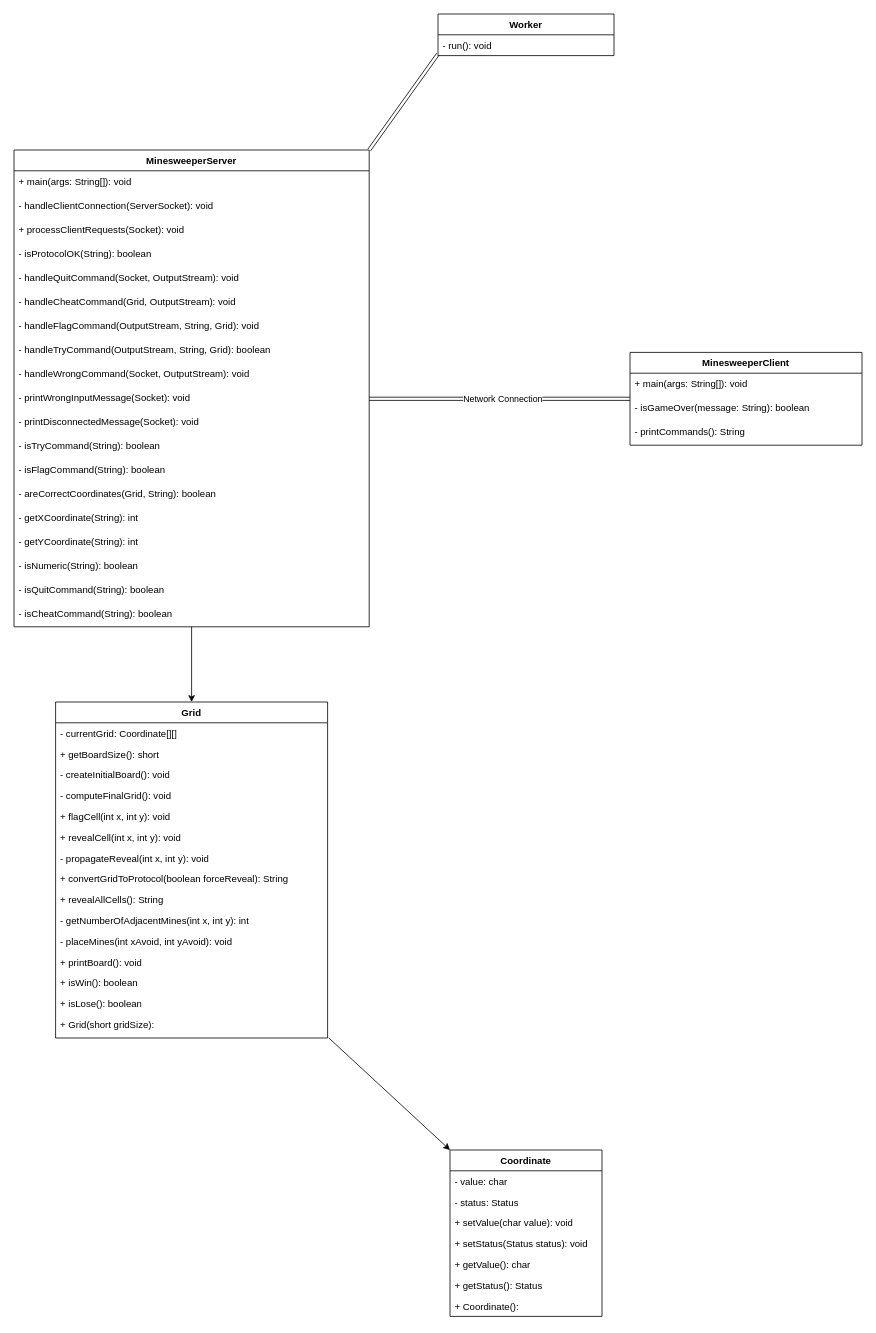
Before: Diagram.drawio in SamFadi-dev/Online-Minesweeper, a draw.io diagram. Source tidied: cells renumbered, new cells numbered last; positions are measured from the earlier drawing's top-left corner, leaving out a move shared by most shapes. Both pictures are drawn from the tidied source at 80%, with x=0, y=0 at pixel (14, 14).
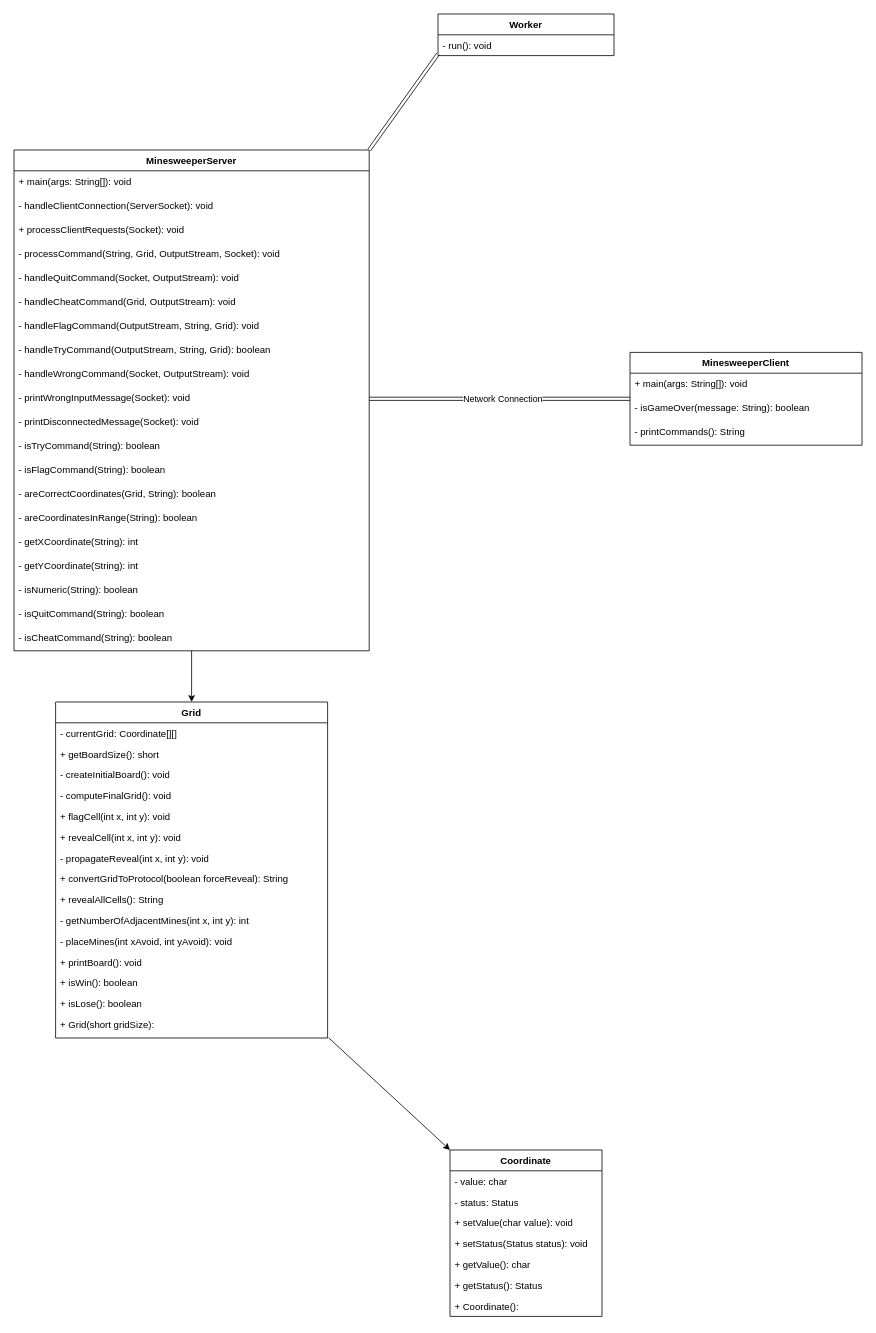
The same page after the edit.

Diff of the diagram source:
```diff
@@
     <mxCell id="34" value="MinesweeperServer" style="swimlane;fontStyle=1;align=center;verticalAlign=top;horizontal=1;startSize=26;whiteSpace=wrap;html=1;" parent="1" vertex="1">
-      <mxGeometry y="170" width="444" height="596" as="geometry" />
+      <mxGeometry y="170" width="444" height="626" as="geometry" />
     </mxCell>
@@
-    <mxCell id="38" value="- isProtocolOK(String): boolean" style="text;strokeColor=none;fillColor=none;align=left;verticalAlign=top;spacingLeft=4;whiteSpace=wrap;html=1;" parent="34" vertex="1">
-      <mxGeometry y="116" width="444" height="30" as="geometry" />
-    </mxCell>
+    <mxCell id="57" value="- processCommand(String, Grid, OutputStream, Socket): void" style="text;strokeColor=none;fillColor=none;align=left;verticalAlign=top;spacingLeft=4;whiteSpace=wrap;html=1;" parent="34" vertex="1">
+      <mxGeometry y="116" width="444" height="30" as="geometry" />
+    </mxCell>
@@
+    <mxCell id="58" value="- areCoordinatesInRange(String): boolean" style="text;strokeColor=none;fillColor=none;align=left;verticalAlign=top;spacingLeft=4;whiteSpace=wrap;html=1;" parent="34" vertex="1">
+      <mxGeometry y="446" width="444" height="30" as="geometry" />
+    </mxCell>
     <mxCell id="49" value="- getXCoordinate(String): int" style="text;strokeColor=none;fillColor=none;align=left;verticalAlign=top;spacingLeft=4;whiteSpace=wrap;html=1;" parent="34" vertex="1">
-      <mxGeometry y="446" width="444" height="30" as="geometry" />
+      <mxGeometry y="476" width="444" height="30" as="geometry" />
     </mxCell>
     <mxCell id="50" value="- getYCoordinate(String): int" style="text;strokeColor=none;fillColor=none;align=left;verticalAlign=top;spacingLeft=4;whiteSpace=wrap;html=1;" parent="34" vertex="1">
-      <mxGeometry y="476" width="444" height="30" as="geometry" />
+      <mxGeometry y="506" width="444" height="30" as="geometry" />
     </mxCell>
     <mxCell id="51" value="- isNumeric(String): boolean" style="text;strokeColor=none;fillColor=none;align=left;verticalAlign=top;spacingLeft=4;whiteSpace=wrap;html=1;" parent="34" vertex="1">
-      <mxGeometry y="506" width="444" height="30" as="geometry" />
+      <mxGeometry y="536" width="444" height="30" as="geometry" />
     </mxCell>
     <mxCell id="52" value="- isQuitCommand(String): boolean" style="text;strokeColor=none;fillColor=none;align=left;verticalAlign=top;spacingLeft=4;whiteSpace=wrap;html=1;" parent="34" vertex="1">
-      <mxGeometry y="536" width="444" height="30" as="geometry" />
+      <mxGeometry y="566" width="444" height="30" as="geometry" />
     </mxCell>
     <mxCell id="53" value="- isCheatCommand(String): boolean" style="text;strokeColor=none;fillColor=none;align=left;verticalAlign=top;spacingLeft=4;whiteSpace=wrap;html=1;" parent="34" vertex="1">
-      <mxGeometry y="566" width="444" height="30" as="geometry" />
+      <mxGeometry y="596" width="444" height="30" as="geometry" />
     </mxCell>
```
